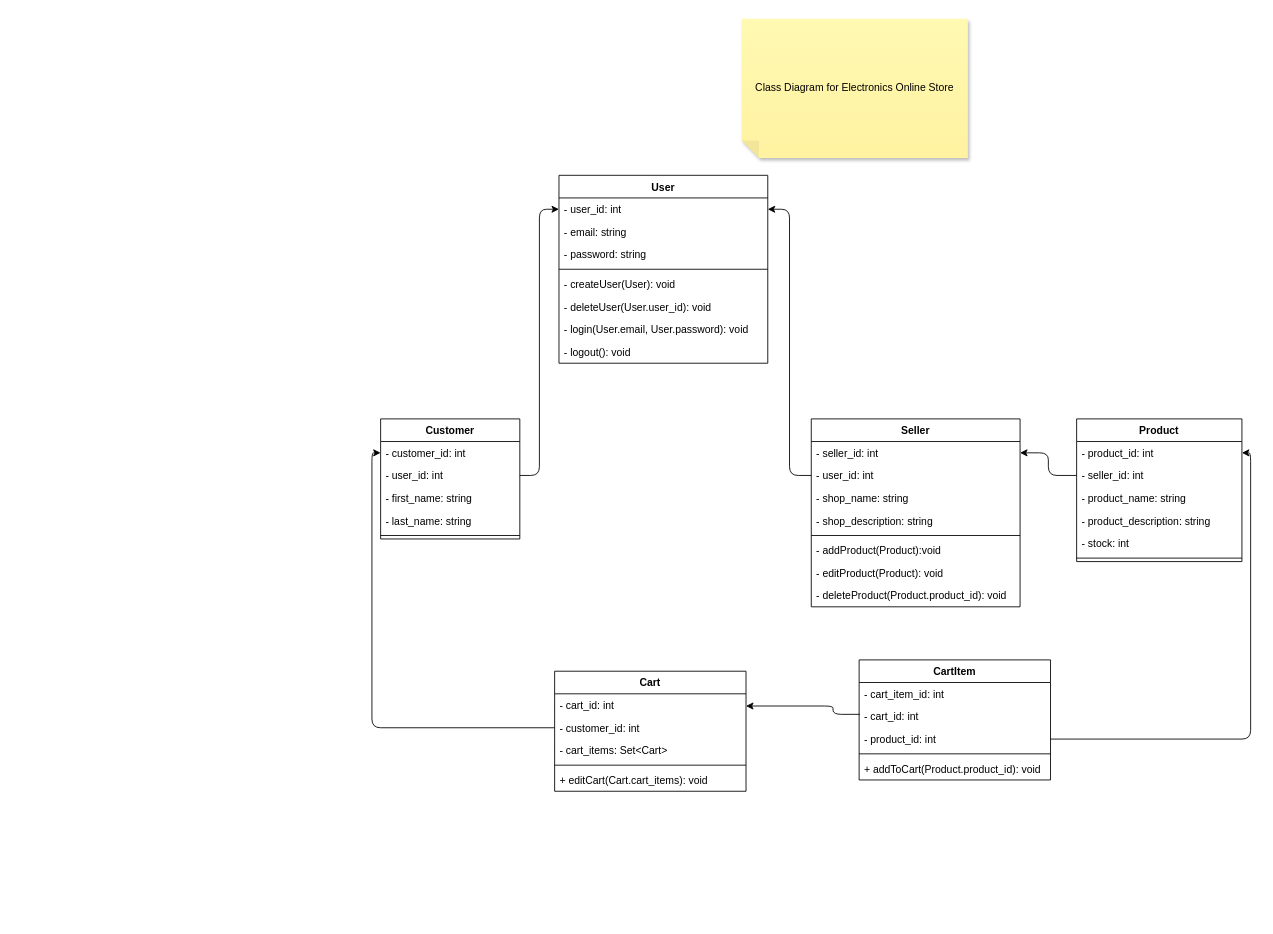
Before: class_diagram.drawio in josh-hrnndz/ecommerce-api-springboot, a draw.io diagram. Source tidied: cells renumbered, new cells numbered last; positions are measured from the earlier drawing's top-left corner, leaving out a move shared by most shapes. Both pictures are drawn from the tidied source at 87%, with x=0, y=0 at pixel (380, 18).
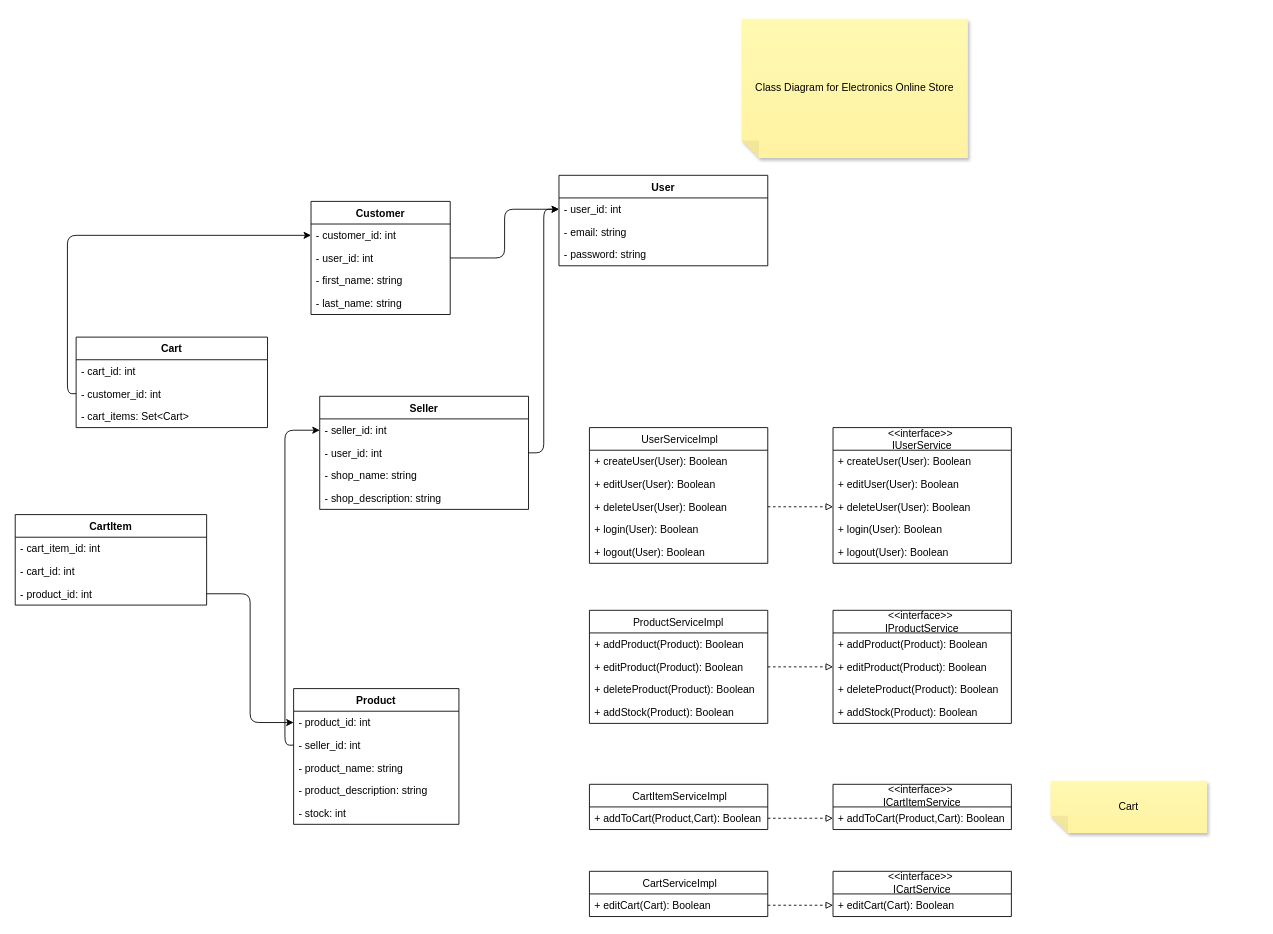
Above is the later version.

Commit message:
refactor(class diagram): :art: add service classes

Unchanged cells that the change refers to:
```xml
<mxCell id="13" value="- product_id: int" style="text;strokeColor=none;fillColor=none;align=left;verticalAlign=top;spacingLeft=4;spacingRight=4;overflow=hidden;points=[[0,0.5],[1,0.5]];portConstraint=eastwest;" parent="12" vertex="1">
  <mxGeometry y="26" width="190" height="26" as="geometry" />
</mxCell>
<mxCell id="14" value="- seller_id: int" style="text;strokeColor=none;fillColor=none;align=left;verticalAlign=top;spacingLeft=4;spacingRight=4;overflow=hidden;points=[[0,0.5],[1,0.5]];portConstraint=eastwest;" parent="12" vertex="1">
  <mxGeometry y="52" width="190" height="26" as="geometry" />
</mxCell>
<mxCell id="28" value="- seller_id: int" style="text;strokeColor=none;fillColor=none;align=left;verticalAlign=top;spacingLeft=4;spacingRight=4;overflow=hidden;points=[[0,0.5],[1,0.5]];portConstraint=eastwest;" parent="27" vertex="1">
  <mxGeometry y="26" width="240" height="26" as="geometry" />
</mxCell>
<mxCell id="38" value="- cart_id: int" style="text;strokeColor=none;fillColor=none;align=left;verticalAlign=top;spacingLeft=4;spacingRight=4;overflow=hidden;points=[[0,0.5],[1,0.5]];portConstraint=eastwest;" parent="37" vertex="1">
  <mxGeometry y="26" width="220" height="26" as="geometry" />
</mxCell>
<mxCell id="45" value="- cart_id: int" style="text;strokeColor=none;fillColor=none;align=left;verticalAlign=top;spacingLeft=4;spacingRight=4;overflow=hidden;points=[[0,0.5],[1,0.5]];portConstraint=eastwest;" parent="43" vertex="1">
  <mxGeometry y="52" width="220" height="26" as="geometry" />
</mxCell>
<mxCell id="46" value="- product_id: int" style="text;strokeColor=none;fillColor=none;align=left;verticalAlign=top;spacingLeft=4;spacingRight=4;overflow=hidden;points=[[0,0.5],[1,0.5]];portConstraint=eastwest;" parent="43" vertex="1">
  <mxGeometry y="78" width="220" height="26" as="geometry" />
</mxCell>
```

Change to the diagram source:
```diff
@@
     <mxCell id="2" value="User" style="swimlane;fontStyle=1;align=center;verticalAlign=top;horizontal=1;startSize=26;" parent="1" vertex="1">
-      <mxGeometry x="205" y="180" width="240" height="216" as="geometry" />
+      <mxGeometry x="205" y="180" width="240" height="104" as="geometry" />
     </mxCell>
@@
-    <mxCell id="6" style="line;strokeWidth=1;fillColor=none;align=left;verticalAlign=middle;spacingTop=-1;spacingLeft=3;spacingRight=3;labelPosition=right;strokeColor=inherit;" parent="2" vertex="1">
-      <mxGeometry y="104" width="240" height="8" as="geometry" />
-    </mxCell>
-    <mxCell id="7" value="- createUser(User): void" style="text;strokeColor=none;fillColor=none;align=left;verticalAlign=top;spacingLeft=4;spacingRight=4;overflow=hidden;" parent="2" vertex="1">
-      <mxGeometry y="112" width="240" height="26" as="geometry" />
-    </mxCell>
-    <mxCell id="8" value="- deleteUser(User.user_id): void" style="text;strokeColor=none;fillColor=none;align=left;verticalAlign=top;spacingLeft=4;spacingRight=4;overflow=hidden;" parent="2" vertex="1">
-      <mxGeometry y="138" width="240" height="26" as="geometry" />
-    </mxCell>
-    <mxCell id="9" value="- login(User.email, User.password): void" style="text;strokeColor=none;fillColor=none;align=left;verticalAlign=top;spacingLeft=4;spacingRight=4;overflow=hidden;" parent="2" vertex="1">
-      <mxGeometry y="164" width="240" height="26" as="geometry" />
-    </mxCell>
-    <mxCell id="10" value="- logout(): void" style="text;strokeColor=none;fillColor=none;align=left;verticalAlign=top;spacingLeft=4;spacingRight=4;overflow=hidden;" parent="2" vertex="1">
-      <mxGeometry y="190" width="240" height="26" as="geometry" />
-    </mxCell>
-    <mxCell id="11" style="edgeStyle=orthogonalEdgeStyle;html=1;entryX=1;entryY=0.5;entryDx=0;entryDy=0;exitX=0;exitY=0.5;exitDx=0;exitDy=0;" parent="1" edge="1" source="14" target="28">
+    <mxCell id="11" style="edgeStyle=orthogonalEdgeStyle;html=1;entryX=0;entryY=0.5;entryDx=0;entryDy=0;exitX=0;exitY=0.5;exitDx=0;exitDy=0;" parent="1" edge="1" source="14" target="28">
       <mxGeometry relative="1" as="geometry" />
     </mxCell>
     <mxCell id="12" value="Product" style="swimlane;fontStyle=1;align=center;verticalAlign=top;horizontal=1;startSize=26;" parent="1" vertex="1">
-      <mxGeometry x="800" y="460" width="190" height="164" as="geometry" />
+      <mxGeometry x="-100" y="770" width="190" height="156" as="geometry" />
     </mxCell>
@@
-    <mxCell id="18" style="line;strokeWidth=1;fillColor=none;align=left;verticalAlign=middle;spacingTop=-1;spacingLeft=3;spacingRight=3;labelPosition=right;strokeColor=inherit;" parent="12" vertex="1">
-      <mxGeometry y="156" width="190" height="8" as="geometry" />
-    </mxCell>
@@
     <mxCell id="20" value="Customer" style="swimlane;fontStyle=1;align=center;verticalAlign=top;horizontal=1;startSize=26;" parent="1" vertex="1">
-      <mxGeometry y="460" width="160" height="138" as="geometry" />
+      <mxGeometry x="-80" y="210" width="160" height="130" as="geometry" />
     </mxCell>
@@
-    <mxCell id="25" style="line;strokeWidth=1;fillColor=none;align=left;verticalAlign=middle;spacingTop=-1;spacingLeft=3;spacingRight=3;labelPosition=right;strokeColor=inherit;" parent="20" vertex="1">
-      <mxGeometry y="130" width="160" height="8" as="geometry" />
-    </mxCell>
@@
     <mxCell id="27" value="Seller" style="swimlane;fontStyle=1;align=center;verticalAlign=top;horizontal=1;startSize=26;" parent="1" vertex="1">
-      <mxGeometry x="495" y="460" width="240" height="216" as="geometry" />
+      <mxGeometry x="-70" y="434" width="240" height="130" as="geometry" />
     </mxCell>
@@
-    <mxCell id="32" style="line;strokeWidth=1;fillColor=none;align=left;verticalAlign=middle;spacingTop=-1;spacingLeft=3;spacingRight=3;labelPosition=right;strokeColor=inherit;" parent="27" vertex="1">
-      <mxGeometry y="130" width="240" height="8" as="geometry" />
-    </mxCell>
-    <mxCell id="33" value="- addProduct(Product):void" style="text;strokeColor=none;fillColor=none;align=left;verticalAlign=top;spacingLeft=4;spacingRight=4;overflow=hidden;" parent="27" vertex="1">
-      <mxGeometry y="138" width="240" height="26" as="geometry" />
-    </mxCell>
-    <mxCell id="34" value="- editProduct(Product): void" style="text;strokeColor=none;fillColor=none;align=left;verticalAlign=top;spacingLeft=4;spacingRight=4;overflow=hidden;" parent="27" vertex="1">
-      <mxGeometry y="164" width="240" height="26" as="geometry" />
-    </mxCell>
-    <mxCell id="35" value="- deleteProduct(Product.product_id): void" style="text;strokeColor=none;fillColor=none;align=left;verticalAlign=top;spacingLeft=4;spacingRight=4;overflow=hidden;" parent="27" vertex="1">
-      <mxGeometry y="190" width="240" height="26" as="geometry" />
-    </mxCell>
@@
     <mxCell id="37" value="Cart" style="swimlane;fontStyle=1;align=center;verticalAlign=top;horizontal=1;startSize=26;" parent="1" vertex="1">
-      <mxGeometry x="200" y="750" width="220" height="138" as="geometry" />
+      <mxGeometry x="-350" y="366" width="220" height="104" as="geometry" />
     </mxCell>
@@
-    <mxCell id="41" style="line;strokeWidth=1;fillColor=none;align=left;verticalAlign=middle;spacingTop=-1;spacingLeft=3;spacingRight=3;labelPosition=right;strokeColor=inherit;" parent="37" vertex="1">
-      <mxGeometry y="104" width="220" height="8" as="geometry" />
-    </mxCell>
-    <mxCell id="42" value="+ editCart(Cart.cart_items): void" style="text;strokeColor=none;fillColor=none;align=left;verticalAlign=top;spacingLeft=4;spacingRight=4;overflow=hidden;" parent="37" vertex="1">
-      <mxGeometry y="112" width="220" height="26" as="geometry" />
-    </mxCell>
     <mxCell id="43" value="CartItem" style="swimlane;fontStyle=1;align=center;verticalAlign=top;horizontal=1;startSize=26;" parent="1" vertex="1">
-      <mxGeometry x="550" y="737" width="220" height="138" as="geometry" />
+      <mxGeometry x="-420" y="570" width="220" height="104" as="geometry" />
     </mxCell>
@@
-    <mxCell id="47" style="line;strokeWidth=1;fillColor=none;align=left;verticalAlign=middle;spacingTop=-1;spacingLeft=3;spacingRight=3;labelPosition=right;strokeColor=inherit;" parent="43" vertex="1">
-      <mxGeometry y="104" width="220" height="8" as="geometry" />
-    </mxCell>
-    <mxCell id="48" value="+ addToCart(Product.product_id): void" style="text;strokeColor=none;fillColor=none;align=left;verticalAlign=top;spacingLeft=4;spacingRight=4;overflow=hidden;" parent="43" vertex="1">
-      <mxGeometry y="112" width="220" height="26" as="geometry" />
-    </mxCell>
@@
-    <mxCell id="50" style="html=1;edgeStyle=orthogonalEdgeStyle;exitX=0.004;exitY=0.407;exitDx=0;exitDy=0;exitPerimeter=0;" parent="1" edge="1" source="45" target="38">
-      <mxGeometry relative="1" as="geometry">
-        <Array as="points">
-          <mxPoint x="520" y="800" />
-          <mxPoint x="520" y="790" />
-        </Array>
-      </mxGeometry>
-    </mxCell>
-    <mxCell id="51" style="edgeStyle=orthogonalEdgeStyle;html=1;exitX=1;exitY=0.5;exitDx=0;exitDy=0;entryX=1;entryY=0.5;entryDx=0;entryDy=0;" parent="1" edge="1" source="46" target="13">
+    <mxCell id="51" style="edgeStyle=orthogonalEdgeStyle;html=1;exitX=1;exitY=0.5;exitDx=0;exitDy=0;entryX=0;entryY=0.5;entryDx=0;entryDy=0;" parent="1" edge="1" source="46" target="13">
       <mxGeometry relative="1" as="geometry" />
     </mxCell>
+    <mxCell id="52" value="&lt;&lt;interface&gt;&gt; &#10;IUserService" style="swimlane;fontStyle=0;horizontal=1;startSize=26;fillColor=none;" parent="1" vertex="1">
+      <mxGeometry x="520" y="470" width="205" height="156" as="geometry" />
+    </mxCell>
+    <mxCell id="53" value="+ createUser(User): Boolean" style="text;strokeColor=none;fillColor=none;align=left;verticalAlign=top;spacingLeft=4;spacingRight=4;overflow=hidden;" parent="52" vertex="1">
+      <mxGeometry y="26" width="205" height="26" as="geometry" />
+    </mxCell>
+    <mxCell id="54" value="+ editUser(User): Boolean" style="text;strokeColor=none;fillColor=none;align=left;verticalAlign=top;spacingLeft=4;spacingRight=4;overflow=hidden;" parent="52" vertex="1">
+      <mxGeometry y="52" width="205" height="26" as="geometry" />
+    </mxCell>
+    <mxCell id="55" value="+ deleteUser(User): Boolean" style="text;strokeColor=none;fillColor=none;align=left;verticalAlign=top;spacingLeft=4;spacingRight=4;overflow=hidden;points=[[0,0.5],[1,0.5]];portConstraint=eastwest;" parent="52" vertex="1">
+      <mxGeometry y="78" width="205" height="26" as="geometry" />
+    </mxCell>
+    <mxCell id="56" value="+ login(User): Boolean" style="text;strokeColor=none;fillColor=none;align=left;verticalAlign=top;spacingLeft=4;spacingRight=4;overflow=hidden;" parent="52" vertex="1">
+      <mxGeometry y="104" width="205" height="26" as="geometry" />
+    </mxCell>
+    <mxCell id="57" value="+ logout(User): Boolean" style="text;strokeColor=none;fillColor=none;align=left;verticalAlign=top;spacingLeft=4;spacingRight=4;overflow=hidden;" parent="52" vertex="1">
+      <mxGeometry y="130" width="205" height="26" as="geometry" />
+    </mxCell>
+    <mxCell id="58" value=" UserServiceImpl" style="swimlane;fontStyle=0;horizontal=1;startSize=26;fillColor=none;" parent="1" vertex="1">
+      <mxGeometry x="240" y="470" width="205" height="156" as="geometry" />
+    </mxCell>
+    <mxCell id="59" value="+ createUser(User): Boolean" style="text;strokeColor=none;fillColor=none;align=left;verticalAlign=top;spacingLeft=4;spacingRight=4;overflow=hidden;" parent="58" vertex="1">
+      <mxGeometry y="26" width="205" height="26" as="geometry" />
+    </mxCell>
+    <mxCell id="60" value="+ editUser(User): Boolean" style="text;strokeColor=none;fillColor=none;align=left;verticalAlign=top;spacingLeft=4;spacingRight=4;overflow=hidden;" parent="58" vertex="1">
+      <mxGeometry y="52" width="205" height="26" as="geometry" />
+    </mxCell>
+    <mxCell id="61" value="+ deleteUser(User): Boolean" style="text;strokeColor=none;fillColor=none;align=left;verticalAlign=top;spacingLeft=4;spacingRight=4;overflow=hidden;points=[[0,0.5],[1,0.5]];portConstraint=eastwest;" parent="58" vertex="1">
+      <mxGeometry y="78" width="205" height="26" as="geometry" />
+    </mxCell>
+    <mxCell id="62" value="+ login(User): Boolean" style="text;strokeColor=none;fillColor=none;align=left;verticalAlign=top;spacingLeft=4;spacingRight=4;overflow=hidden;" parent="58" vertex="1">
+      <mxGeometry y="104" width="205" height="26" as="geometry" />
+    </mxCell>
+    <mxCell id="63" value="+ logout(User): Boolean" style="text;strokeColor=none;fillColor=none;align=left;verticalAlign=top;spacingLeft=4;spacingRight=4;overflow=hidden;" parent="58" vertex="1">
+      <mxGeometry y="130" width="205" height="26" as="geometry" />
+    </mxCell>
+    <mxCell id="64" style="edgeStyle=none;html=1;exitX=1;exitY=0.5;exitDx=0;exitDy=0;entryX=0;entryY=0.5;entryDx=0;entryDy=0;dashed=1;endArrow=block;endFill=0;" parent="1" edge="1" source="61" target="55">
+      <mxGeometry relative="1" as="geometry" />
+    </mxCell>
+    <mxCell id="65" value="&lt;&lt;interface&gt;&gt; &#10;IProductService" style="swimlane;fontStyle=0;horizontal=1;startSize=26;fillColor=none;" parent="1" vertex="1">
+      <mxGeometry x="520" y="680" width="205" height="130" as="geometry" />
+    </mxCell>
+    <mxCell id="66" value="+ addProduct(Product): Boolean" style="text;strokeColor=none;fillColor=none;align=left;verticalAlign=top;spacingLeft=4;spacingRight=4;overflow=hidden;" parent="65" vertex="1">
+      <mxGeometry y="26" width="205" height="26" as="geometry" />
+    </mxCell>
+    <mxCell id="67" value="+ editProduct(Product): Boolean" style="text;strokeColor=none;fillColor=none;align=left;verticalAlign=top;spacingLeft=4;spacingRight=4;overflow=hidden;points=[[0,0.5],[1,0.5]];portConstraint=eastwest;" parent="65" vertex="1">
+      <mxGeometry y="52" width="205" height="26" as="geometry" />
+    </mxCell>
+    <mxCell id="68" value="+ deleteProduct(Product): Boolean" style="text;strokeColor=none;fillColor=none;align=left;verticalAlign=top;spacingLeft=4;spacingRight=4;overflow=hidden;" parent="65" vertex="1">
+      <mxGeometry y="78" width="205" height="26" as="geometry" />
+    </mxCell>
+    <mxCell id="69" value="+ addStock(Product): Boolean" style="text;strokeColor=none;fillColor=none;align=left;verticalAlign=top;spacingLeft=4;spacingRight=4;overflow=hidden;" parent="65" vertex="1">
+      <mxGeometry y="104" width="205" height="26" as="geometry" />
+    </mxCell>
+    <mxCell id="70" style="edgeStyle=none;html=1;exitX=1;exitY=0.5;exitDx=0;exitDy=0;entryX=0;entryY=0.5;entryDx=0;entryDy=0;dashed=1;endArrow=block;endFill=0;" parent="1" edge="1" source="73" target="67">
+      <mxGeometry relative="1" as="geometry" />
+    </mxCell>
+    <mxCell id="71" value="ProductServiceImpl" style="swimlane;fontStyle=0;horizontal=1;startSize=26;fillColor=none;" parent="1" vertex="1">
+      <mxGeometry x="240" y="680" width="205" height="130" as="geometry" />
+    </mxCell>
+    <mxCell id="72" value="+ addProduct(Product): Boolean" style="text;strokeColor=none;fillColor=none;align=left;verticalAlign=top;spacingLeft=4;spacingRight=4;overflow=hidden;" parent="71" vertex="1">
+      <mxGeometry y="26" width="205" height="26" as="geometry" />
+    </mxCell>
+    <mxCell id="73" value="+ editProduct(Product): Boolean" style="text;strokeColor=none;fillColor=none;align=left;verticalAlign=top;spacingLeft=4;spacingRight=4;overflow=hidden;points=[[0,0.5],[1,0.5]];portConstraint=eastwest;" parent="71" vertex="1">
+      <mxGeometry y="52" width="205" height="26" as="geometry" />
+    </mxCell>
+    <mxCell id="74" value="+ deleteProduct(Product): Boolean" style="text;strokeColor=none;fillColor=none;align=left;verticalAlign=top;spacingLeft=4;spacingRight=4;overflow=hidden;" parent="71" vertex="1">
+      <mxGeometry y="78" width="205" height="26" as="geometry" />
+    </mxCell>
+    <mxCell id="75" value="+ addStock(Product): Boolean" style="text;strokeColor=none;fillColor=none;align=left;verticalAlign=top;spacingLeft=4;spacingRight=4;overflow=hidden;" parent="71" vertex="1">
+      <mxGeometry y="104" width="205" height="26" as="geometry" />
+    </mxCell>
+    <mxCell id="76" value="&lt;&lt;interface&gt;&gt; &#10;ICartItemService" style="swimlane;fontStyle=0;horizontal=1;startSize=26;fillColor=none;" parent="1" vertex="1">
+      <mxGeometry x="520" y="880" width="205" height="52" as="geometry" />
+    </mxCell>
+    <mxCell id="77" value="+ addToCart(Product,Cart): Boolean " style="text;strokeColor=none;fillColor=none;align=left;verticalAlign=top;spacingLeft=4;spacingRight=4;overflow=hidden;points=[[0,0.5],[1,0.5]];portConstraint=eastwest;" parent="76" vertex="1">
+      <mxGeometry y="26" width="205" height="26" as="geometry" />
+    </mxCell>
+    <mxCell id="78" value=" CartItemServiceImpl" style="swimlane;fontStyle=0;horizontal=1;startSize=26;fillColor=none;" parent="1" vertex="1">
+      <mxGeometry x="240" y="880" width="205" height="52" as="geometry" />
+    </mxCell>
+    <mxCell id="79" value="+ addToCart(Product,Cart): Boolean " style="text;strokeColor=none;fillColor=none;align=left;verticalAlign=top;spacingLeft=4;spacingRight=4;overflow=hidden;points=[[0,0.5],[1,0.5]];portConstraint=eastwest;" parent="78" vertex="1">
+      <mxGeometry y="26" width="205" height="26" as="geometry" />
+    </mxCell>
+    <mxCell id="80" style="edgeStyle=none;html=1;exitX=1;exitY=0.5;exitDx=0;exitDy=0;entryX=0;entryY=0.5;entryDx=0;entryDy=0;dashed=1;endArrow=block;endFill=0;" parent="1" edge="1" source="79" target="77">
+      <mxGeometry relative="1" as="geometry" />
+    </mxCell>
+    <mxCell id="81" value="&lt;&lt;interface&gt;&gt; &#10;ICartService" style="swimlane;fontStyle=0;horizontal=1;startSize=26;fillColor=none;" parent="1" vertex="1">
+      <mxGeometry x="520" y="980" width="205" height="52" as="geometry" />
+    </mxCell>
+    <mxCell id="82" value="+ editCart(Cart): Boolean" style="text;strokeColor=none;fillColor=none;align=left;verticalAlign=top;spacingLeft=4;spacingRight=4;overflow=hidden;points=[[0,0.5],[1,0.5]];portConstraint=eastwest;" parent="81" vertex="1">
+      <mxGeometry y="26" width="205" height="26" as="geometry" />
+    </mxCell>
+    <mxCell id="83" value=" CartServiceImpl" style="swimlane;fontStyle=0;horizontal=1;startSize=26;fillColor=none;" parent="1" vertex="1">
+      <mxGeometry x="240" y="980" width="205" height="52" as="geometry" />
+    </mxCell>
+    <mxCell id="84" value="+ editCart(Cart): Boolean" style="text;strokeColor=none;fillColor=none;align=left;verticalAlign=top;spacingLeft=4;spacingRight=4;overflow=hidden;" parent="83" vertex="1">
+      <mxGeometry y="26" width="205" height="26" as="geometry" />
+    </mxCell>
+    <mxCell id="85" style="edgeStyle=none;html=1;exitX=1;exitY=0.5;exitDx=0;exitDy=0;entryX=0;entryY=0.5;entryDx=0;entryDy=0;dashed=1;endArrow=block;endFill=0;" parent="1" edge="1" target="82">
+      <mxGeometry relative="1" as="geometry">
+        <mxPoint x="445" y="1019" as="sourcePoint" />
+      </mxGeometry>
+    </mxCell>
+    <mxCell id="86" value="Cart" style="shape=note;whiteSpace=wrap;html=1;backgroundOutline=1;fontColor=#000000;darkOpacity=0.05;fillColor=#FFF9B2;strokeColor=none;fillStyle=solid;direction=west;gradientDirection=north;gradientColor=#FFF2A1;shadow=1;size=20;" parent="1" vertex="1">
+      <mxGeometry x="770" y="876" width="180" height="60" as="geometry" />
+    </mxCell>
```
